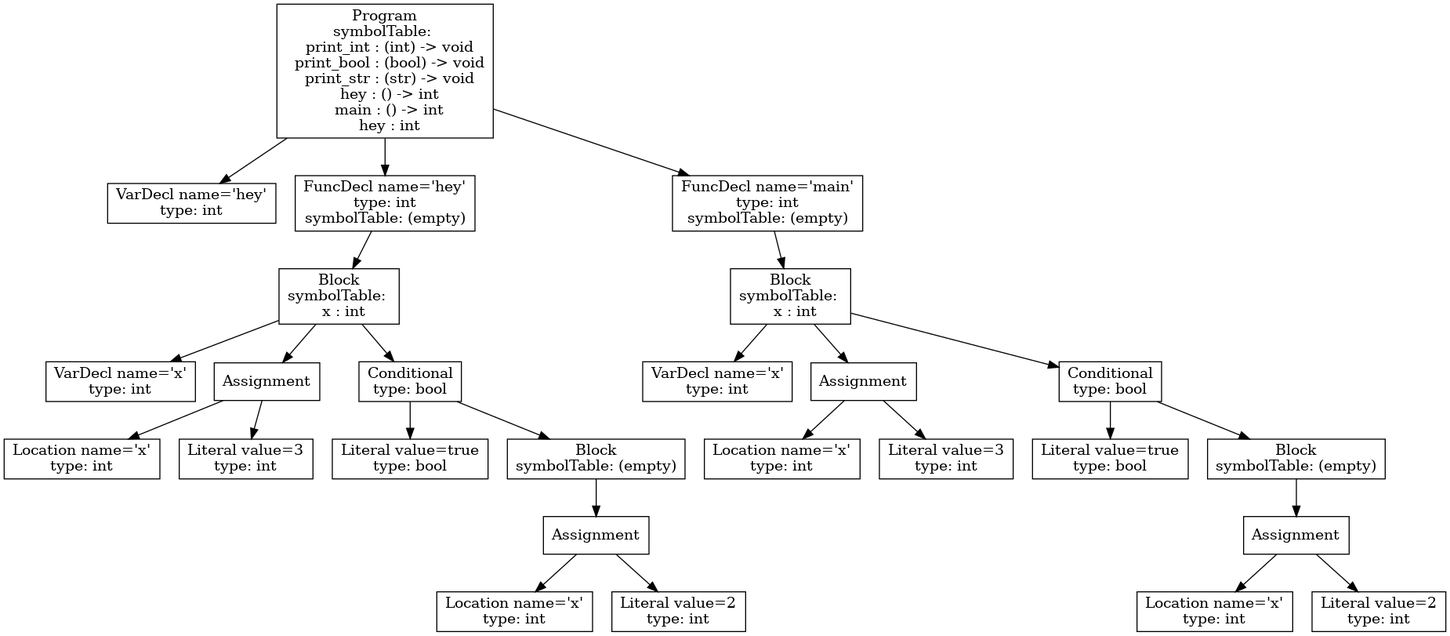
The Graphviz diagram ast.png in ecila1011/P3, before a commit. Its source is kept beside it as ast.dot.
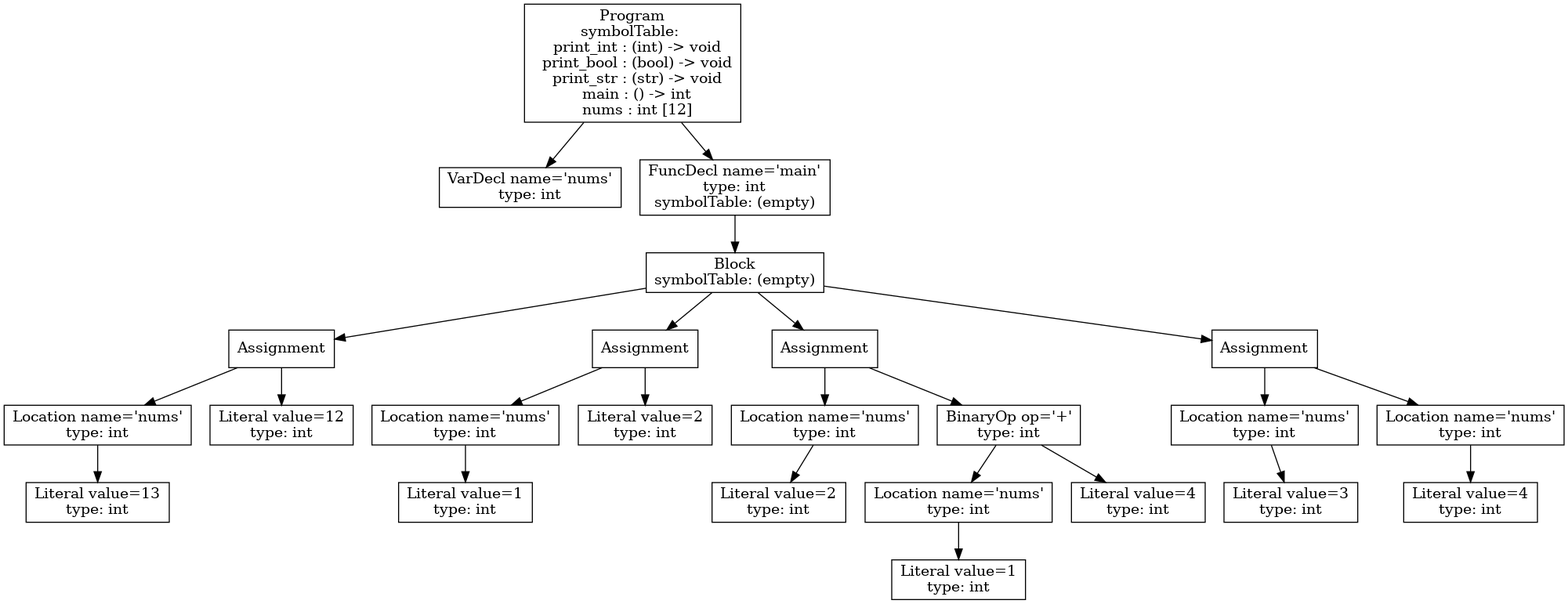
After the commit.

Diff of the diagram source:
```diff
@@ -1,53 +1,49 @@
 digraph AST {
-1 [shape=box, label="VarDecl name='hey'\ntype: int"];
-4 [shape=box, label="VarDecl name='x'\ntype: int"];
-6 [shape=box, label="Location name='x'\ntype: int"];
-7 [shape=box, label="Literal value=3\ntype: int"];
-5 [shape=box, label="Assignment"];
+1 [shape=box, label="VarDecl name='nums'\ntype: int"];
+6 [shape=box, label="Literal value=13\ntype: int"];
+5 [shape=box, label="Location name='nums'\ntype: int"];
 5 -> 6;
-5 -> 7;
-9 [shape=box, label="Literal value=true\ntype: bool"];
-12 [shape=box, label="Location name='x'\ntype: int"];
-13 [shape=box, label="Literal value=2\ntype: int"];
-11 [shape=box, label="Assignment"];
-11 -> 12;
-11 -> 13;
-10 [shape=box, label="Block\nsymbolTable: (empty)"];
-10 -> 11;
-8 [shape=box, label="Conditional\ntype: bool"];
+7 [shape=box, label="Literal value=12\ntype: int"];
+4 [shape=box, label="Assignment"];
+4 -> 5;
+4 -> 7;
+10 [shape=box, label="Literal value=1\ntype: int"];
+9 [shape=box, label="Location name='nums'\ntype: int"];
+9 -> 10;
+11 [shape=box, label="Literal value=2\ntype: int"];
+8 [shape=box, label="Assignment"];
 8 -> 9;
-8 -> 10;
-3 [shape=box, label="Block\nsymbolTable: \n  x : int"];
+8 -> 11;
+14 [shape=box, label="Literal value=2\ntype: int"];
+13 [shape=box, label="Location name='nums'\ntype: int"];
+13 -> 14;
+17 [shape=box, label="Literal value=1\ntype: int"];
+16 [shape=box, label="Location name='nums'\ntype: int"];
+16 -> 17;
+18 [shape=box, label="Literal value=4\ntype: int"];
+15 [shape=box, label="BinaryOp op='+'\ntype: int"];
+15 -> 16;
+15 -> 18;
+12 [shape=box, label="Assignment"];
+12 -> 13;
+12 -> 15;
+21 [shape=box, label="Literal value=3\ntype: int"];
+20 [shape=box, label="Location name='nums'\ntype: int"];
+20 -> 21;
+23 [shape=box, label="Literal value=4\ntype: int"];
+22 [shape=box, label="Location name='nums'\ntype: int"];
+22 -> 23;
+19 [shape=box, label="Assignment"];
+19 -> 20;
+19 -> 22;
+3 [shape=box, label="Block\nsymbolTable: (empty)"];
 3 -> 4;
-3 -> 5;
 3 -> 8;
-2 [shape=box, label="FuncDecl name='hey'\ntype: int\nsymbolTable: (empty)"];
+3 -> 12;
+3 -> 19;
+2 [shape=box, label="FuncDecl name='main'\ntype: int\nsymbolTable: (empty)"];
 2 -> 3;
-16 [shape=box, label="VarDecl name='x'\ntype: int"];
-18 [shape=box, label="Location name='x'\ntype: int"];
-19 [shape=box, label="Literal value=3\ntype: int"];
-17 [shape=box, label="Assignment"];
-17 -> 18;
-17 -> 19;
-21 [shape=box, label="Literal value=true\ntype: bool"];
-24 [shape=box, label="Location name='x'\ntype: int"];
-25 [shape=box, label="Literal value=2\ntype: int"];
-23 [shape=box, label="Assignment"];
-23 -> 24;
-23 -> 25;
-22 [shape=box, label="Block\nsymbolTable: (empty)"];
-22 -> 23;
-20 [shape=box, label="Conditional\ntype: bool"];
-20 -> 21;
-20 -> 22;
-15 [shape=box, label="Block\nsymbolTable: \n  x : int"];
-15 -> 16;
-15 -> 17;
-15 -> 20;
-14 [shape=box, label="FuncDecl name='main'\ntype: int\nsymbolTable: (empty)"];
-14 -> 15;
-0 [shape=box, label="Program\nsymbolTable: \n  print_int : (int) -> void\n  print_bool : (bool) -> void\n  print_str : (str) -> void\n  hey : () -> int\n  main : () -> int\n  hey : int"];
+0 [shape=box, label="Program\nsymbolTable: \n  print_int : (int) -> void\n  print_bool : (bool) -> void\n  print_str : (str) -> void\n  main : () -> int\n  nums : int [12]"];
 0 -> 1;
 0 -> 2;
-0 -> 14;
 }
```
